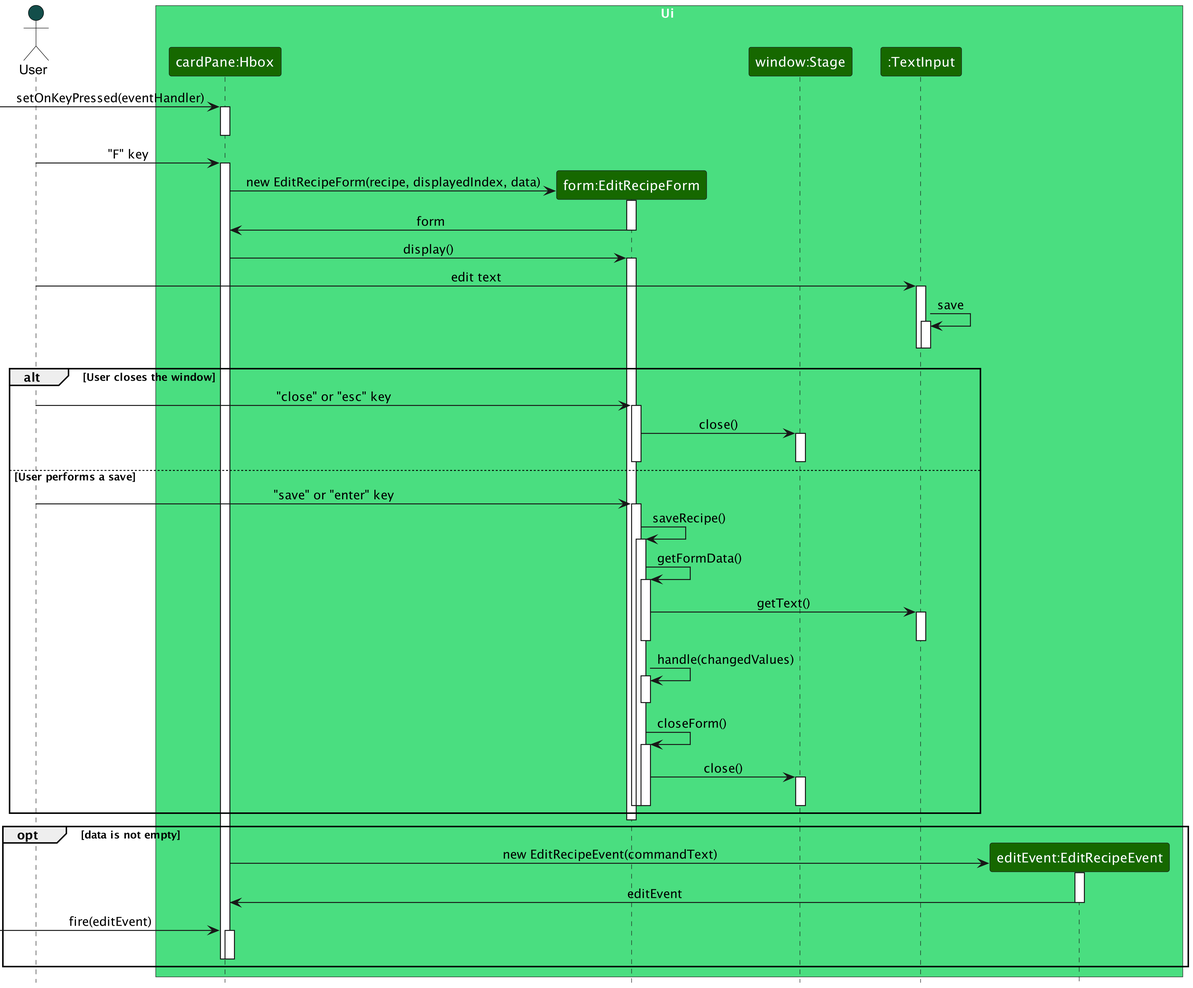
nus-cs2103-AY2223S2/tp keeps this PlantUML diagram as docs/images/EditRecipeFormSequenceDiagram.png. Above is the earlier version. The source it was exported from:
```plantuml
@startuml
!include style.puml

Actor User as user ARCHI_USER_COLOR

box Ui UI_COLOR_T1
participant "cardPane:Hbox" as cardPane UI_COLOR_T3
participant "form:EditRecipeForm" as EditRecipeForm UI_COLOR_T3
participant "window:Stage" as window UI_COLOR_T3
participant ":TextInput" as TextInput UI_COLOR_T3
participant "editEvent:EditRecipeEvent" as editEvent UI_COLOR_T3
end box

[-> cardPane : setOnKeyPressed(eventHandler)
activate cardPane
deactivate cardPane

user -> cardPane : "F" key
activate cardPane

create EditRecipeForm
cardPane -> EditRecipeForm : new EditRecipeForm(recipe, displayedIndex, data)
activate EditRecipeForm

EditRecipeForm -> cardPane : form
deactivate EditRecipeForm

cardPane -> EditRecipeForm : display()
activate EditRecipeForm

user -> TextInput : edit text
activate TextInput
TextInput -> TextInput : save
activate TextInput
deactivate TextInput

deactivate TextInput

alt User closes the window
  user -> EditRecipeForm : "close" or "esc" key
  activate EditRecipeForm

  EditRecipeForm -> window : close()
  activate window
  deactivate window

  deactivate EditRecipeForm

else User performs a save
  user -> EditRecipeForm : "save" or "enter" key

  activate EditRecipeForm

  EditRecipeForm -> EditRecipeForm : saveRecipe()
  activate EditRecipeForm

  EditRecipeForm -> EditRecipeForm : getFormData()

  activate EditRecipeForm

  EditRecipeForm -> TextInput : getText()
  activate TextInput
  deactivate TextInput

  deactivate EditRecipeForm

  EditRecipeForm -> EditRecipeForm : handle(changedValues)
  activate EditRecipeForm
  deactivate EditRecipeForm

  EditRecipeForm -> EditRecipeForm : closeForm()
  activate EditRecipeForm

  EditRecipeForm -> window : close()
  activate window
  deactivate window

  deactivate EditRecipeForm

  deactivate EditRecipeForm

  deactivate EditRecipeForm

end

deactivate EditRecipeForm

opt data is not empty
  create editEvent
  cardPane -> editEvent : new EditRecipeEvent(commandText)

  activate editEvent

  editEvent -> cardPane : editEvent
  deactivate editEvent

  [-> cardPane : fire(editEvent)
  activate cardPane
  deactivate cardPane

  deactivate cardPane
end


@enduml
```
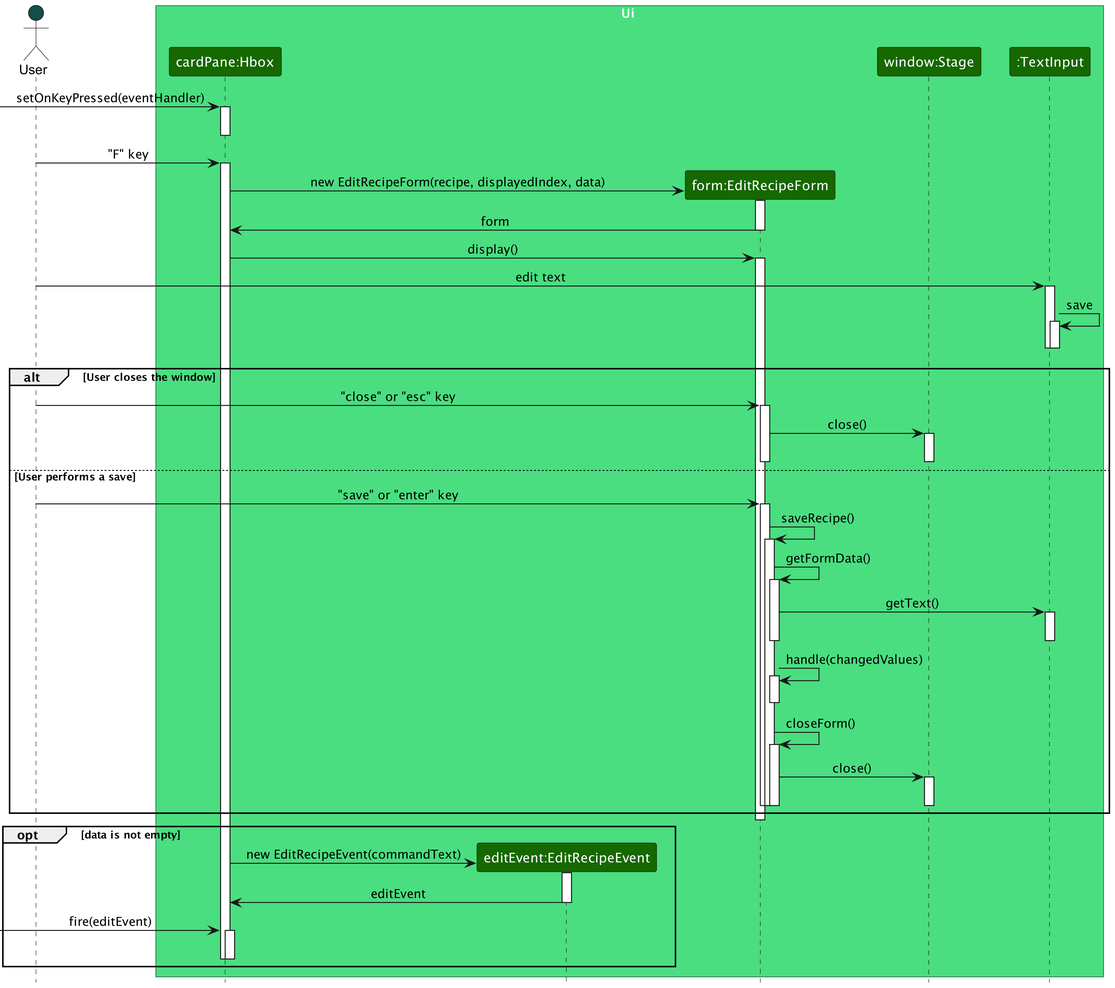
After the change.

Change to the diagram source:
```diff
@@ -5,10 +5,10 @@
 
 box Ui UI_COLOR_T1
 participant "cardPane:Hbox" as cardPane UI_COLOR_T3
+participant "editEvent:EditRecipeEvent" as editEvent UI_COLOR_T3
 participant "form:EditRecipeForm" as EditRecipeForm UI_COLOR_T3
 participant "window:Stage" as window UI_COLOR_T3
 participant ":TextInput" as TextInput UI_COLOR_T3
-participant "editEvent:EditRecipeEvent" as editEvent UI_COLOR_T3
 end box
 
 [-> cardPane : setOnKeyPressed(eventHandler)
```
